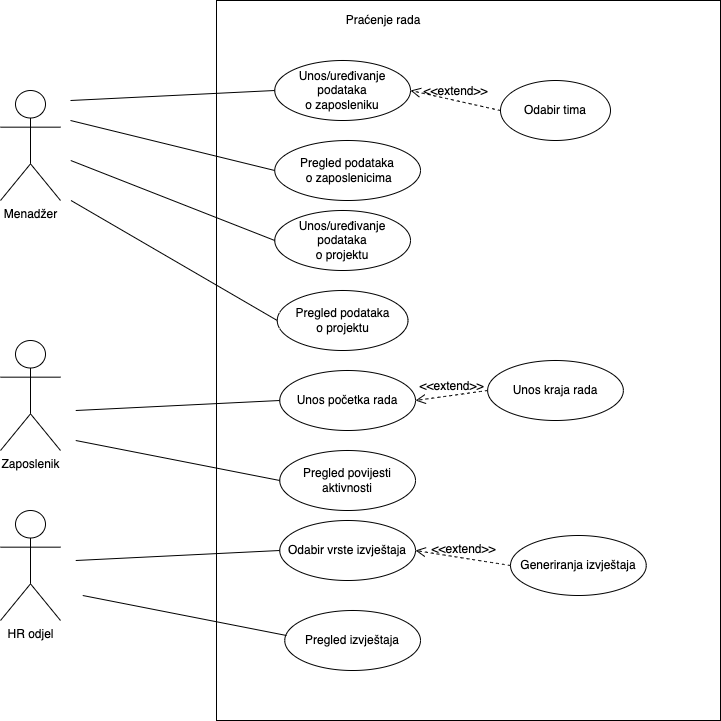
Before: Specifkacija dizajna/Objektni model/Dijagram slucajeva koristenja.png, a diagram exported from draw.io (JelenaPetrusic/Projektiranje-informacijskih-sustava). Source tidied: cells renumbered, new cells last; positions are measured from the earlier drawing's top-left corner, leaving out a move shared by most shapes.
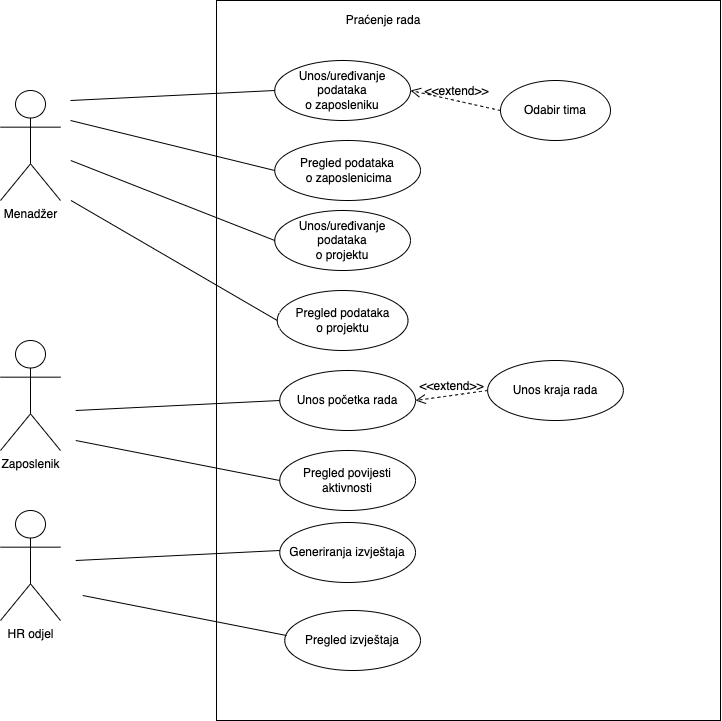
Later version of the same file.

The edit, as a diff of the source:
```diff
@@ -78,14 +78,11 @@
         <mxPoint x="75.2" y="440" as="sourcePoint" />
       </mxGeometry>
     </mxCell>
-    <mxCell id="23" value="Odabir vrste izvještaja" style="ellipse;whiteSpace=wrap;html=1;" parent="1" vertex="1">
-      <mxGeometry x="279.2" y="520" width="135.8" height="60" as="geometry" />
-    </mxCell>
     <mxCell id="24" value="Pregled izvještaja" style="ellipse;whiteSpace=wrap;html=1;" parent="1" vertex="1">
       <mxGeometry x="284.2" y="610" width="135.8" height="60" as="geometry" />
     </mxCell>
     <mxCell id="25" value="Generiranja izvještaja" style="ellipse;whiteSpace=wrap;html=1;" parent="1" vertex="1">
-      <mxGeometry x="510" y="535" width="135.8" height="60" as="geometry" />
+      <mxGeometry x="279.2" y="522" width="135.8" height="60" as="geometry" />
     </mxCell>
     <mxCell id="26" style="endArrow=none;html=1;rounded=0;entryX=0;entryY=0.5;entryDx=0;entryDy=0;" parent="1" edge="1">
       <mxGeometry relative="1" as="geometry">
@@ -99,8 +96,5 @@
         <mxPoint x="286" y="635" as="targetPoint" />
       </mxGeometry>
     </mxCell>
-    <mxCell id="28" value="&amp;lt;&amp;lt;extend&amp;gt;&amp;gt;" style="html=1;verticalAlign=bottom;labelBackgroundColor=none;endArrow=open;endFill=0;dashed=1;rounded=0;fontSize=12;startSize=8;endSize=8;curved=1;entryX=1;entryY=0.5;entryDx=0;entryDy=0;exitX=0;exitY=0.5;exitDx=0;exitDy=0;" parent="1" edge="1" source="25" target="23">
-      <mxGeometry relative="1" as="geometry" />
-    </mxCell>
   </root>
 </mxGraphModel>
```
